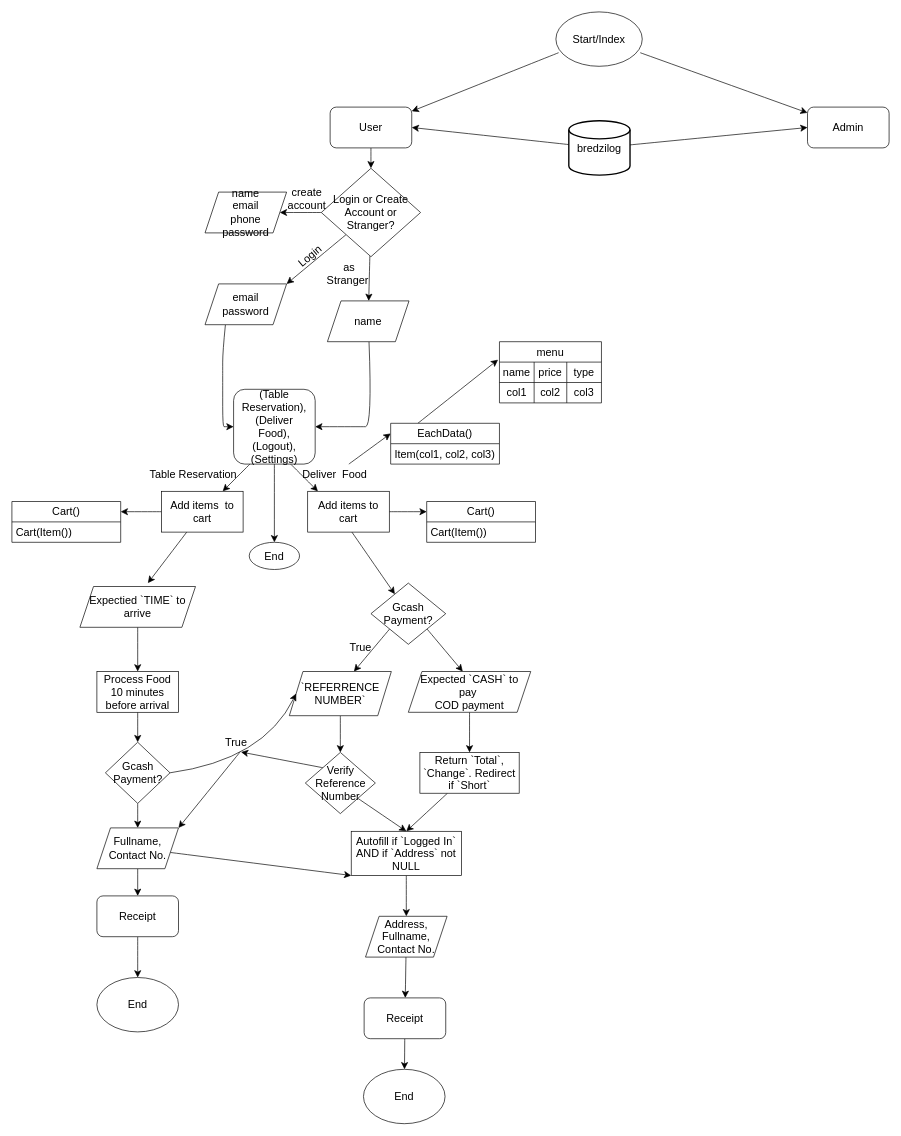
The draw.io diagram new-control-flow.drawio in inamonanymous/bredzilog, before the edit. Source tidied: cells renumbered, new cells numbered last; positions are measured from the earlier drawing's top-left corner, leaving out a move shared by most shapes. Both pictures are drawn from the tidied source at 68%, with x=0, y=0 at pixel (12, 12).
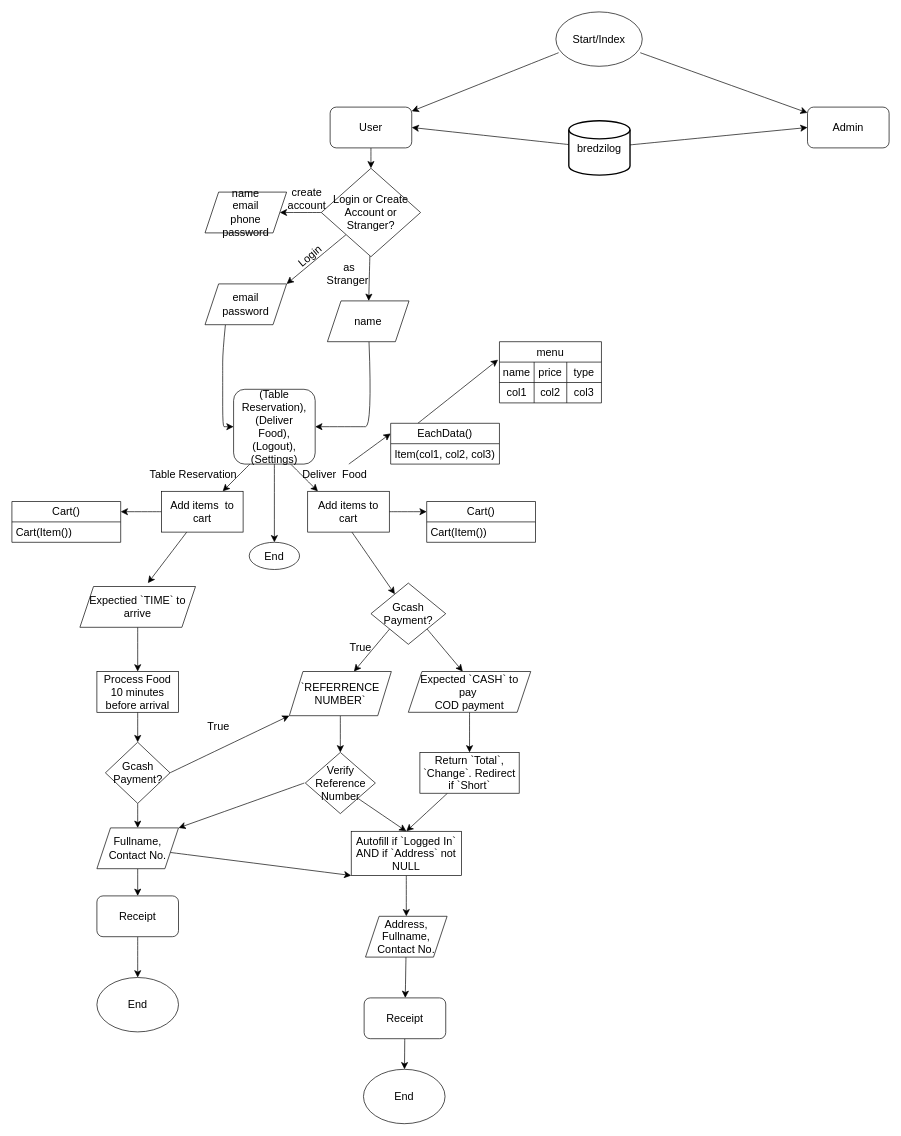
The same page after the edit.

The change refers to these unchanged cells:
```xml
<mxCell id="29" value="`REFERRENCE NUMBER`" style="shape=parallelogram;perimeter=parallelogramPerimeter;whiteSpace=wrap;html=1;fixedSize=1;fontSize=16;rounded=0;labelBackgroundColor=none;" parent="1" vertex="1">
  <mxGeometry x="408" y="970" width="150" height="65" as="geometry" />
</mxCell>
<mxCell id="77" value="Gcash Payment?" style="rhombus;whiteSpace=wrap;html=1;fontSize=16;" parent="1" vertex="1">
  <mxGeometry x="137.5" y="1074" width="95" height="90" as="geometry" />
</mxCell>
<mxCell id="82" value="Fullname, Contact No." style="shape=parallelogram;perimeter=parallelogramPerimeter;whiteSpace=wrap;html=1;fixedSize=1;fontSize=16;rounded=0;labelBackgroundColor=none;" parent="1" vertex="1">
  <mxGeometry x="125" y="1200" width="120" height="60" as="geometry" />
</mxCell>
<mxCell id="87" value="Verify Reference Number" style="rhombus;whiteSpace=wrap;html=1;fontSize=16;" parent="1" vertex="1">
  <mxGeometry x="431.5" y="1089" width="103" height="90" as="geometry" />
</mxCell>
```

Diff of the diagram source:
```diff
@@
-    <mxCell id="75" style="edgeStyle=none;curved=1;rounded=0;jettySize=auto;html=1;entryX=0;entryY=0.5;entryDx=0;entryDy=0;fontSize=12;startSize=8;endSize=8;exitX=1;exitY=0.5;exitDx=0;exitDy=0;" parent="1" edge="1" source="77" target="29">
-      <mxGeometry relative="1" as="geometry">
-        <Array as="points">
-          <mxPoint x="370" y="1100" />
-        </Array>
-      </mxGeometry>
+    <mxCell id="75" style="edgeStyle=none;curved=1;rounded=0;jettySize=auto;html=1;fontSize=12;startSize=8;endSize=8;exitX=1;exitY=0.5;exitDx=0;exitDy=0;entryX=0;entryY=1;entryDx=0;entryDy=0;" parent="1" edge="1" source="77" target="29">
+      <mxGeometry relative="1" as="geometry" />
     </mxCell>
@@
-    <mxCell id="78" style="edgeStyle=none;curved=1;rounded=0;jettySize=auto;html=1;entryX=1;entryY=0;entryDx=0;entryDy=0;fontSize=12;startSize=8;endSize=8;exitX=0.589;exitY=0.988;exitDx=0;exitDy=0;exitPerimeter=0;" parent="1" edge="1" source="79" target="82">
-      <mxGeometry relative="1" as="geometry" />
-    </mxCell>
     <mxCell id="79" value="True" style="text;html=1;strokeColor=none;fillColor=none;align=center;verticalAlign=middle;whiteSpace=wrap;rounded=0;fontSize=16;labelBackgroundColor=none;" parent="1" vertex="1">
-      <mxGeometry x="300" y="1059" width="60" height="30" as="geometry" />
+      <mxGeometry x="274" y="1035" width="60" height="30" as="geometry" />
     </mxCell>
@@
-    <mxCell id="86" style="edgeStyle=none;curved=1;rounded=0;jettySize=auto;html=1;fontSize=12;startSize=8;endSize=8;exitX=0;exitY=0;exitDx=0;exitDy=0;entryX=0.615;entryY=0.981;entryDx=0;entryDy=0;entryPerimeter=0;" parent="1" edge="1" source="87" target="79">
-      <mxGeometry relative="1" as="geometry" />
+    <mxCell id="86" style="edgeStyle=none;curved=1;rounded=0;jettySize=auto;html=1;fontSize=12;startSize=8;endSize=8;entryX=1;entryY=0;entryDx=0;entryDy=0;" parent="1" edge="1" target="82">
+      <mxGeometry relative="1" as="geometry">
+        <mxPoint x="430" y="1134" as="sourcePoint" />
+      </mxGeometry>
     </mxCell>
```
